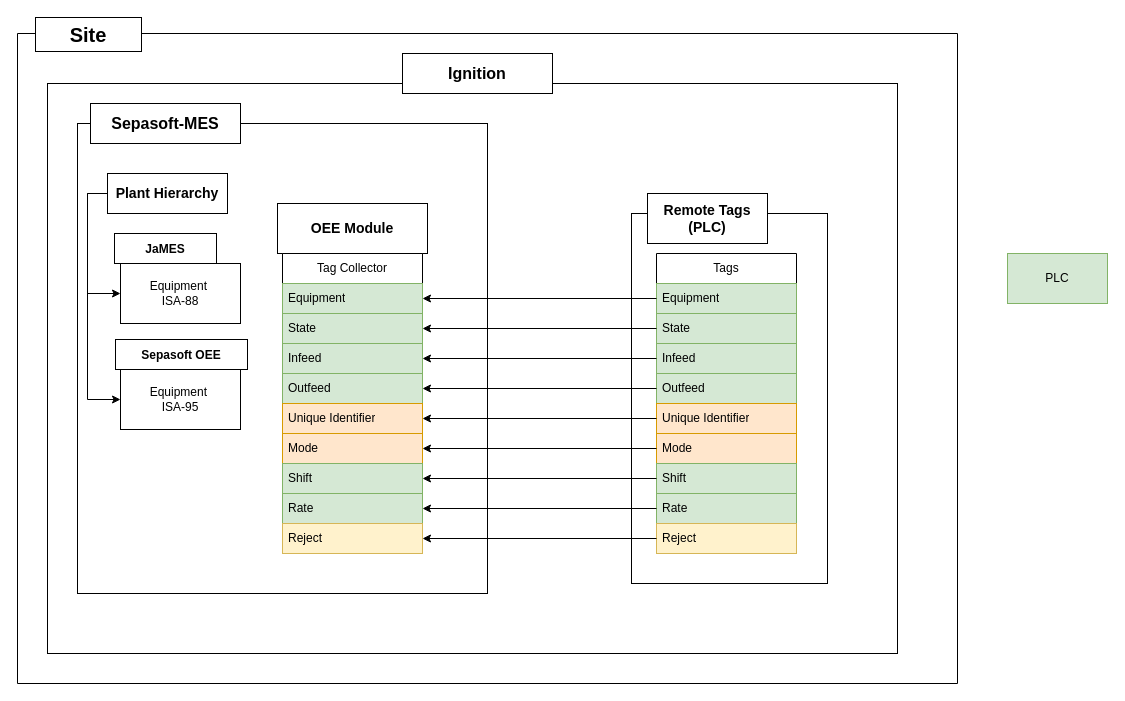
Above: page "OEE Data Flow" (2 of 3) of OEE Data Flow.drawio in IlScottlI/docs (draw.io), before the change. Source tidied: cells renumbered, new cells numbered last; positions are measured from the earlier drawing's top-left corner, leaving out a move shared by most shapes. Both pictures are drawn from the tidied source at 100%, with x=0, y=0 at pixel (17, 17).
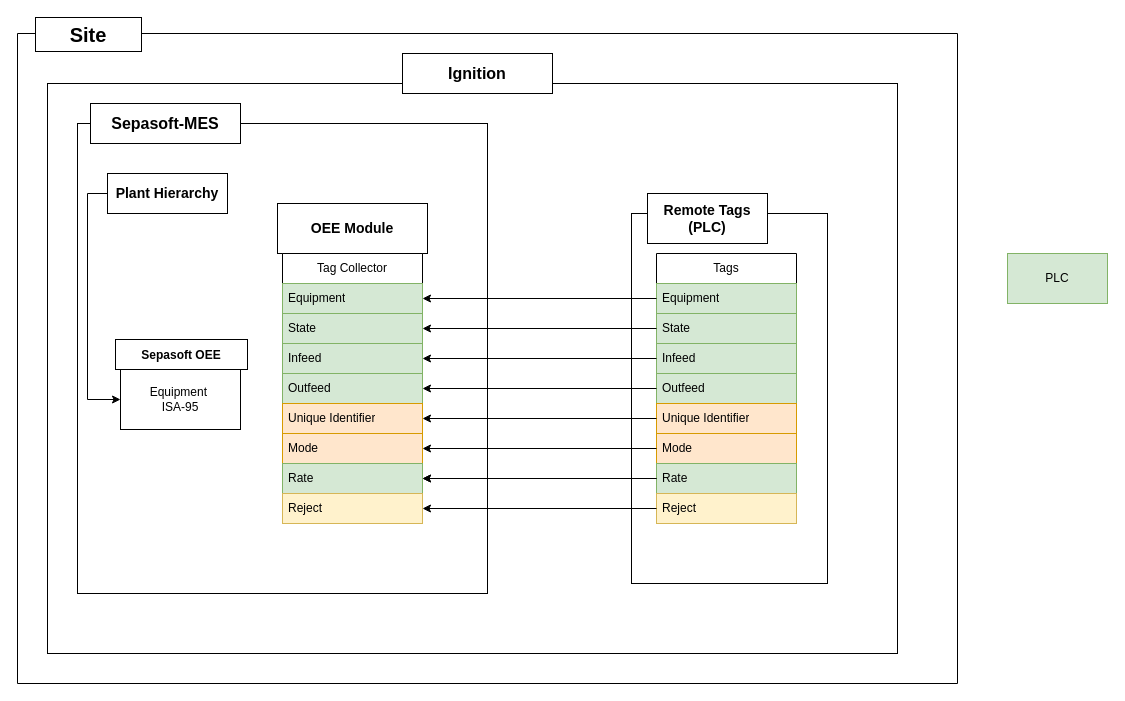
The same page after the edit.

The change refers to these unchanged cells:
```xml
<mxCell id="2" style="swimlane;startSize=0;" parent="1" vertex="1">
  <mxGeometry y="16" width="940" height="650" as="geometry" />
</mxCell>
<mxCell id="10" value="Plant Hierarchy" style="rounded=0;whiteSpace=wrap;html=1;fontStyle=1;fontSize=14;" parent="2" vertex="1">
  <mxGeometry x="90" y="140" width="120" height="40" as="geometry" />
</mxCell>
```

What changed in the source:
```diff
@@
-    <mxCell id="6" value="&lt;font style=&quot;font-size: 12px;&quot;&gt;JaMES&lt;/font&gt;" style="rounded=0;whiteSpace=wrap;html=1;fontStyle=1;fontSize=14;" parent="2" vertex="1">
-      <mxGeometry x="97" y="200" width="102" height="30" as="geometry" />
-    </mxCell>
@@
-    <mxCell id="8" style="edgeStyle=orthogonalEdgeStyle;rounded=0;jettySize=auto;html=1;exitX=0;exitY=0.5;exitDx=0;exitDy=0;entryX=0;entryY=0.5;entryDx=0;entryDy=0;" parent="2" edge="1" source="10" target="12">
-      <mxGeometry relative="1" as="geometry" />
-    </mxCell>
@@
-    <mxCell id="12" value="Equipment&amp;nbsp;&lt;br&gt;ISA-88" style="rounded=0;whiteSpace=wrap;html=1;" parent="2" vertex="1">
-      <mxGeometry x="103" y="230" width="120" height="60" as="geometry" />
-    </mxCell>
@@
     <mxCell id="16" value="Tags" style="swimlane;fontStyle=0;horizontal=1;startSize=30;whiteSpace=wrap;html=1;" parent="2" vertex="1">
-      <mxGeometry x="639" y="220" width="140" height="300" as="geometry" />
+      <mxGeometry x="639" y="220" width="140" height="270" as="geometry" />
     </mxCell>
@@
-    <mxCell id="23" value="Shift" style="text;strokeColor=#82b366;fillColor=#d5e8d4;align=left;verticalAlign=middle;spacingLeft=4;spacingRight=4;overflow=hidden;points=[[0,0.5],[1,0.5]];portConstraint=eastwest;whiteSpace=wrap;html=1;" parent="16" vertex="1">
-      <mxGeometry y="210" width="140" height="30" as="geometry" />
-    </mxCell>
     <mxCell id="24" value="Rate" style="text;strokeColor=#82b366;fillColor=#d5e8d4;align=left;verticalAlign=middle;spacingLeft=4;spacingRight=4;overflow=hidden;points=[[0,0.5],[1,0.5]];portConstraint=eastwest;whiteSpace=wrap;html=1;" parent="16" vertex="1">
-      <mxGeometry y="240" width="140" height="30" as="geometry" />
+      <mxGeometry y="210" width="140" height="30" as="geometry" />
     </mxCell>
     <mxCell id="25" value="Reject" style="text;align=left;verticalAlign=middle;spacingLeft=4;spacingRight=4;overflow=hidden;points=[[0,0.5],[1,0.5]];portConstraint=eastwest;whiteSpace=wrap;html=1;fillColor=#fff2cc;strokeColor=#d6b656;" parent="16" vertex="1">
-      <mxGeometry y="270" width="140" height="30" as="geometry" />
+      <mxGeometry y="240" width="140" height="30" as="geometry" />
     </mxCell>
@@
     <mxCell id="27" value="Tag Collector" style="swimlane;fontStyle=0;horizontal=1;startSize=30;whiteSpace=wrap;html=1;" parent="2" vertex="1">
-      <mxGeometry x="265" y="220" width="140" height="300" as="geometry" />
+      <mxGeometry x="265" y="220" width="140" height="270" as="geometry" />
     </mxCell>
@@
-    <mxCell id="34" value="Shift" style="text;strokeColor=#82b366;fillColor=#d5e8d4;align=left;verticalAlign=middle;spacingLeft=4;spacingRight=4;overflow=hidden;points=[[0,0.5],[1,0.5]];portConstraint=eastwest;whiteSpace=wrap;html=1;" parent="27" vertex="1">
-      <mxGeometry y="210" width="140" height="30" as="geometry" />
-    </mxCell>
     <mxCell id="35" value="Rate" style="text;strokeColor=#82b366;fillColor=#d5e8d4;align=left;verticalAlign=middle;spacingLeft=4;spacingRight=4;overflow=hidden;points=[[0,0.5],[1,0.5]];portConstraint=eastwest;whiteSpace=wrap;html=1;" parent="27" vertex="1">
-      <mxGeometry y="240" width="140" height="30" as="geometry" />
+      <mxGeometry y="210" width="140" height="30" as="geometry" />
     </mxCell>
     <mxCell id="36" value="Reject" style="text;align=left;verticalAlign=middle;spacingLeft=4;spacingRight=4;overflow=hidden;points=[[0,0.5],[1,0.5]];portConstraint=eastwest;whiteSpace=wrap;html=1;fillColor=#fff2cc;strokeColor=#d6b656;" parent="27" vertex="1">
-      <mxGeometry y="270" width="140" height="30" as="geometry" />
+      <mxGeometry y="240" width="140" height="30" as="geometry" />
     </mxCell>
@@
-    <mxCell id="43" style="edgeStyle=orthogonalEdgeStyle;rounded=0;jettySize=auto;html=1;exitX=0;exitY=0.5;exitDx=0;exitDy=0;entryX=1;entryY=0.5;entryDx=0;entryDy=0;" parent="2" edge="1" source="23" target="34">
-      <mxGeometry relative="1" as="geometry" />
+    <mxCell id="43" style="edgeStyle=orthogonalEdgeStyle;rounded=0;orthogonalLoop=1;jettySize=auto;html=1;exitX=0;exitY=0.5;exitDx=0;exitDy=0;entryX=1;entryY=0.5;entryDx=0;entryDy=0;" parent="2" edge="1">
+      <mxGeometry relative="1" as="geometry">
+        <mxPoint x="639" y="445" as="sourcePoint" />
+        <mxPoint x="405" y="445" as="targetPoint" />
+      </mxGeometry>
     </mxCell>
```
